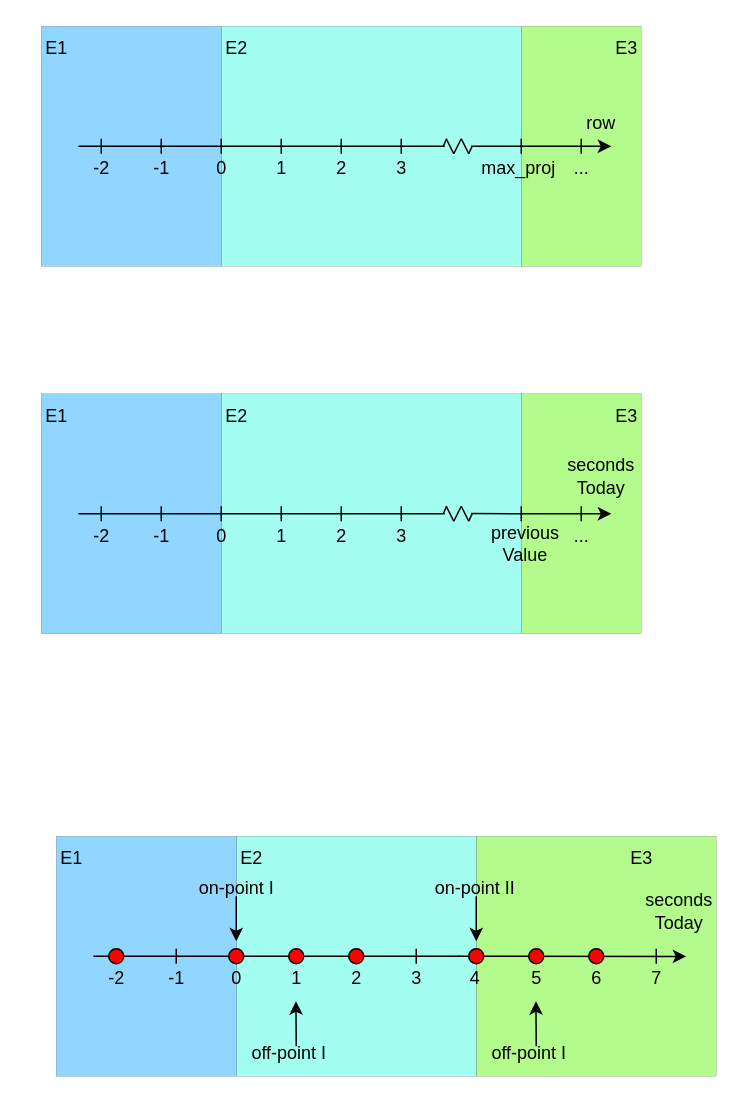
paulinho-16/MEIC-TVVS keeps this draw.io diagram as page "row" (1 of 6) of assignments/diagrams/boundary_value_analysis.drawio. Above is the earlier version. Source tidied: cells renumbered, new cells numbered last; positions are measured from the earlier drawing's top-left corner, leaving out a move shared by most shapes. Both pictures are drawn from the tidied source at 150%, with x=0, y=0 at pixel (26, 26).
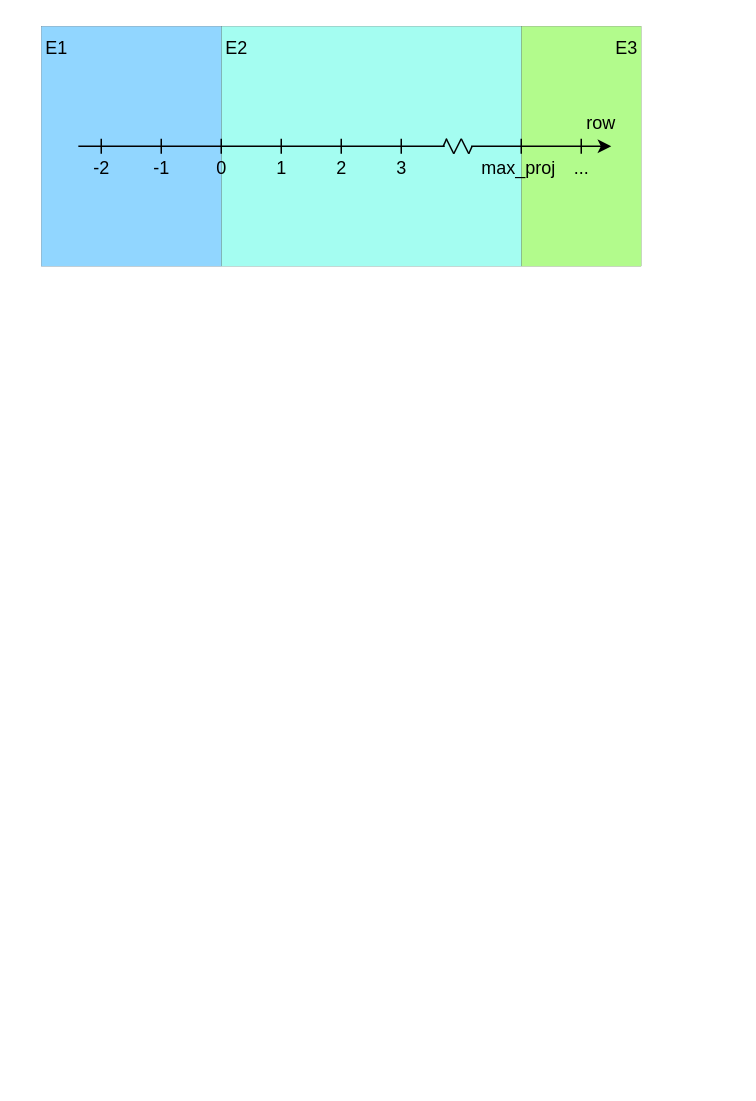
After the change.

Commit message (it also covers changes not shown here):
Updated Boundary Value Analysis diagram

Diff of the diagram source:
```diff
@@
-    <mxCell id="2" style="rounded=0;whiteSpace=wrap;html=1;fillColor=#b2fb8c;strokeWidth=0;" parent="1" vertex="1">
-      <mxGeometry x="330" y="245" width="80" height="160" as="geometry" />
-    </mxCell>
@@
-    <mxCell id="33" style="rounded=0;whiteSpace=wrap;html=1;fillColor=#a4fdf1;strokeWidth=0;" parent="1" vertex="1">
-      <mxGeometry x="130" y="245" width="200" height="160" as="geometry" />
-    </mxCell>
-    <mxCell id="34" style="rounded=0;whiteSpace=wrap;html=1;fillColor=#91d6ff;strokeWidth=0;" parent="1" vertex="1">
-      <mxGeometry x="10" y="245" width="120" height="160" as="geometry" />
-    </mxCell>
-    <mxCell id="35" style="endArrow=classic;startArrow=none;html=1;rounded=0;startFill=0;entryX=-0.133;entryY=0;entryDx=0;entryDy=0;entryPerimeter=0;exitX=0.052;exitY=-0.002;exitDx=0;exitDy=0;exitPerimeter=0;" parent="1" edge="1">
-      <mxGeometry relative="1" as="geometry">
-        <mxPoint x="296.6" y="324.9" as="sourcePoint" />
-        <mxPoint x="390" y="325" as="targetPoint" />
-      </mxGeometry>
-    </mxCell>
-    <mxCell id="36" style="endArrow=none;html=1;rounded=0;" parent="1" edge="1">
-      <mxGeometry relative="1" as="geometry">
-        <mxPoint x="50" y="330" as="sourcePoint" />
-        <mxPoint x="50" y="320" as="targetPoint" />
-      </mxGeometry>
-    </mxCell>
-    <mxCell id="37" style="endArrow=none;html=1;rounded=0;" parent="1" edge="1">
-      <mxGeometry relative="1" as="geometry">
-        <mxPoint x="130" y="330" as="sourcePoint" />
-        <mxPoint x="130" y="320" as="targetPoint" />
-      </mxGeometry>
-    </mxCell>
-    <mxCell id="38" style="endArrow=none;html=1;rounded=0;" parent="1" edge="1">
-      <mxGeometry relative="1" as="geometry">
-        <mxPoint x="90" y="330" as="sourcePoint" />
-        <mxPoint x="90" y="320" as="targetPoint" />
-      </mxGeometry>
-    </mxCell>
-    <mxCell id="39" style="endArrow=none;html=1;rounded=0;" parent="1" edge="1">
-      <mxGeometry relative="1" as="geometry">
-        <mxPoint x="170" y="330" as="sourcePoint" />
-        <mxPoint x="170" y="320" as="targetPoint" />
-      </mxGeometry>
-    </mxCell>
-    <mxCell id="40" style="endArrow=none;html=1;rounded=0;" parent="1" edge="1">
-      <mxGeometry relative="1" as="geometry">
-        <mxPoint x="210" y="330" as="sourcePoint" />
-        <mxPoint x="210" y="320" as="targetPoint" />
-      </mxGeometry>
-    </mxCell>
-    <mxCell id="41" style="endArrow=none;html=1;rounded=0;" parent="1" edge="1">
-      <mxGeometry relative="1" as="geometry">
-        <mxPoint x="250" y="330" as="sourcePoint" />
-        <mxPoint x="250" y="320" as="targetPoint" />
-      </mxGeometry>
-    </mxCell>
-    <mxCell id="42" style="endArrow=none;html=1;rounded=0;" parent="1" edge="1">
-      <mxGeometry relative="1" as="geometry">
-        <mxPoint x="330" y="330" as="sourcePoint" />
-        <mxPoint x="330" y="320" as="targetPoint" />
-      </mxGeometry>
-    </mxCell>
-    <mxCell id="43" style="endArrow=none;html=1;rounded=0;" parent="1" edge="1">
-      <mxGeometry relative="1" as="geometry">
-        <mxPoint x="370" y="330" as="sourcePoint" />
-        <mxPoint x="370" y="320" as="targetPoint" />
-      </mxGeometry>
-    </mxCell>
-    <mxCell id="44" value="-2" style="text;html=1;align=center;verticalAlign=middle;points=[];strokeColor=none;fillColor=none;" parent="1" vertex="1">
-      <mxGeometry x="35" y="325" width="30" height="30" as="geometry" />
-    </mxCell>
-    <mxCell id="45" value="-1" style="text;html=1;align=center;verticalAlign=middle;strokeColor=none;fillColor=none;" parent="1" vertex="1">
-      <mxGeometry x="75" y="325" width="30" height="30" as="geometry" />
-    </mxCell>
-    <mxCell id="46" value="0" style="text;html=1;align=center;verticalAlign=middle;strokeColor=none;fillColor=none;" parent="1" vertex="1">
-      <mxGeometry x="115" y="325" width="30" height="30" as="geometry" />
-    </mxCell>
-    <mxCell id="47" value="1" style="text;html=1;align=center;verticalAlign=middle;strokeColor=none;fillColor=none;" parent="1" vertex="1">
-      <mxGeometry x="155" y="325" width="30" height="30" as="geometry" />
-    </mxCell>
-    <mxCell id="48" value="2" style="text;html=1;align=center;verticalAlign=middle;strokeColor=none;fillColor=none;" parent="1" vertex="1">
-      <mxGeometry x="195" y="325" width="30" height="30" as="geometry" />
-    </mxCell>
-    <mxCell id="49" value="3" style="text;html=1;align=center;verticalAlign=middle;strokeColor=none;fillColor=none;" parent="1" vertex="1">
-      <mxGeometry x="235" y="325" width="30" height="30" as="geometry" />
-    </mxCell>
-    <mxCell id="50" value="E1" style="text;html=1;align=center;verticalAlign=middle;strokeColor=none;fillColor=none;fontSize=12;fontFamily=Helvetica;fontColor=default;" parent="1" vertex="1">
-      <mxGeometry y="245" width="40" height="30" as="geometry" />
-    </mxCell>
-    <mxCell id="51" value="E2" style="text;html=1;align=center;verticalAlign=middle;strokeColor=none;fillColor=none;fontSize=12;fontFamily=Helvetica;fontColor=default;" parent="1" vertex="1">
-      <mxGeometry x="120" y="245" width="40" height="30" as="geometry" />
-    </mxCell>
-    <mxCell id="52" value="E3" style="text;html=1;align=center;verticalAlign=middle;strokeColor=none;fillColor=none;fontSize=12;fontFamily=Helvetica;fontColor=default;" parent="1" vertex="1">
-      <mxGeometry x="380" y="245" width="40" height="30" as="geometry" />
-    </mxCell>
-    <mxCell id="53" value="seconds&lt;br&gt;Today" style="text;html=1;align=center;verticalAlign=middle;strokeColor=none;fillColor=none;fontSize=12;fontFamily=Helvetica;fontColor=default;" parent="1" vertex="1">
-      <mxGeometry x="348" y="280" width="70" height="40" as="geometry" />
-    </mxCell>
-    <mxCell id="54" value="..." style="text;html=1;align=center;verticalAlign=middle;strokeColor=none;fillColor=none;" parent="1" vertex="1">
-      <mxGeometry x="355" y="325" width="30" height="30" as="geometry" />
-    </mxCell>
-    <mxCell id="55" style="endArrow=none;html=1;rounded=0;fontFamily=Helvetica;fontSize=12;fontColor=default;entryX=0.061;entryY=-0.002;entryDx=0;entryDy=0;entryPerimeter=0;" parent="1" edge="1">
-      <mxGeometry relative="1" as="geometry">
-        <mxPoint x="295" y="330" as="sourcePoint" />
-        <mxPoint x="297.3" y="324.9" as="targetPoint" />
-      </mxGeometry>
-    </mxCell>
-    <mxCell id="56" style="endArrow=none;html=1;rounded=0;fontFamily=Helvetica;fontSize=12;fontColor=default;" parent="1" edge="1">
-      <mxGeometry relative="1" as="geometry">
-        <mxPoint x="290" y="320" as="sourcePoint" />
-        <mxPoint x="295" y="330" as="targetPoint" />
-      </mxGeometry>
-    </mxCell>
-    <mxCell id="57" style="endArrow=none;html=1;rounded=0;fontFamily=Helvetica;fontSize=12;fontColor=default;" parent="1" edge="1">
-      <mxGeometry relative="1" as="geometry">
-        <mxPoint x="285" y="330" as="sourcePoint" />
-        <mxPoint x="290" y="320" as="targetPoint" />
-      </mxGeometry>
-    </mxCell>
-    <mxCell id="58" style="endArrow=none;html=1;rounded=0;fontFamily=Helvetica;fontSize=12;fontColor=default;" parent="1" edge="1">
-      <mxGeometry relative="1" as="geometry">
-        <mxPoint x="285" y="330" as="sourcePoint" />
-        <mxPoint x="280" y="320" as="targetPoint" />
-      </mxGeometry>
-    </mxCell>
-    <mxCell id="59" style="endArrow=none;html=1;rounded=0;fontFamily=Helvetica;fontSize=12;fontColor=default;entryX=0.061;entryY=-0.002;entryDx=0;entryDy=0;entryPerimeter=0;" parent="1" edge="1">
-      <mxGeometry relative="1" as="geometry">
-        <mxPoint x="278" y="325" as="sourcePoint" />
-        <mxPoint x="280.3" y="319.9" as="targetPoint" />
-      </mxGeometry>
-    </mxCell>
-    <mxCell id="60" style="endArrow=none;html=1;rounded=0;fontFamily=Helvetica;fontSize=12;fontColor=default;entryX=-0.009;entryY=-0.002;entryDx=0;entryDy=0;entryPerimeter=0;" parent="1" edge="1" target="44">
-      <mxGeometry relative="1" as="geometry">
-        <mxPoint x="279" y="325" as="sourcePoint" />
-      </mxGeometry>
-    </mxCell>
-    <mxCell id="61" value="previous&lt;br&gt;Value" style="text;html=1;strokeColor=none;fillColor=none;align=center;verticalAlign=middle;whiteSpace=wrap;rounded=0;" parent="1" vertex="1">
-      <mxGeometry x="303" y="330" width="60" height="30" as="geometry" />
-    </mxCell>
-    <mxCell id="62" style="rounded=0;whiteSpace=wrap;html=1;fillColor=#b2fb8c;strokeWidth=0;" parent="1" vertex="1">
-      <mxGeometry x="300" y="540" width="160" height="160" as="geometry" />
-    </mxCell>
-    <mxCell id="63" style="rounded=0;whiteSpace=wrap;html=1;fillColor=#a4fdf1;strokeWidth=0;" parent="1" vertex="1">
-      <mxGeometry x="140" y="540" width="160" height="160" as="geometry" />
-    </mxCell>
-    <mxCell id="64" style="rounded=0;whiteSpace=wrap;html=1;fillColor=#91d6ff;strokeWidth=0;" parent="1" vertex="1">
-      <mxGeometry x="20" y="540" width="120" height="160" as="geometry" />
-    </mxCell>
-    <mxCell id="65" style="endArrow=classic;startArrow=none;html=1;rounded=0;startFill=0;entryX=-0.133;entryY=0;entryDx=0;entryDy=0;entryPerimeter=0;exitX=0.052;exitY=-0.002;exitDx=0;exitDy=0;exitPerimeter=0;" parent="1" edge="1">
-      <mxGeometry relative="1" as="geometry">
-        <mxPoint x="288" y="620" as="sourcePoint" />
-        <mxPoint x="440" y="620.1" as="targetPoint" />
-      </mxGeometry>
-    </mxCell>
-    <mxCell id="66" style="endArrow=none;html=1;rounded=0;startArrow=none;" parent="1" edge="1" source="112">
-      <mxGeometry relative="1" as="geometry">
-        <mxPoint x="60" y="615" as="targetPoint" />
-      </mxGeometry>
-    </mxCell>
-    <mxCell id="67" style="endArrow=none;html=1;rounded=0;" parent="1" edge="1">
-      <mxGeometry relative="1" as="geometry">
-        <mxPoint x="140" y="625" as="sourcePoint" />
-        <mxPoint x="140" y="615" as="targetPoint" />
-      </mxGeometry>
-    </mxCell>
-    <mxCell id="68" style="endArrow=none;html=1;rounded=0;" parent="1" edge="1">
-      <mxGeometry relative="1" as="geometry">
-        <mxPoint x="100" y="625" as="sourcePoint" />
-        <mxPoint x="100" y="615" as="targetPoint" />
-      </mxGeometry>
-    </mxCell>
-    <mxCell id="69" style="endArrow=none;html=1;rounded=0;startArrow=none;" parent="1" edge="1" source="103">
-      <mxGeometry relative="1" as="geometry">
-        <mxPoint x="180" y="615" as="targetPoint" />
-      </mxGeometry>
-    </mxCell>
-    <mxCell id="70" style="endArrow=none;html=1;rounded=0;" parent="1" edge="1">
-      <mxGeometry relative="1" as="geometry">
-        <mxPoint x="220" y="625" as="sourcePoint" />
-        <mxPoint x="220" y="615" as="targetPoint" />
-      </mxGeometry>
-    </mxCell>
-    <mxCell id="71" style="endArrow=none;html=1;rounded=0;" parent="1" edge="1">
-      <mxGeometry relative="1" as="geometry">
-        <mxPoint x="260" y="625" as="sourcePoint" />
-        <mxPoint x="260" y="615" as="targetPoint" />
-      </mxGeometry>
-    </mxCell>
-    <mxCell id="72" style="endArrow=none;html=1;rounded=0;" parent="1" edge="1">
-      <mxGeometry relative="1" as="geometry">
-        <mxPoint x="340" y="625" as="sourcePoint" />
-        <mxPoint x="340" y="615" as="targetPoint" />
-      </mxGeometry>
-    </mxCell>
-    <mxCell id="73" value="-2" style="text;html=1;align=center;verticalAlign=middle;points=[];strokeColor=none;fillColor=none;" parent="1" vertex="1">
-      <mxGeometry x="45" y="620" width="30" height="30" as="geometry" />
-    </mxCell>
-    <mxCell id="74" value="-1" style="text;html=1;align=center;verticalAlign=middle;strokeColor=none;fillColor=none;" parent="1" vertex="1">
-      <mxGeometry x="85" y="620" width="30" height="30" as="geometry" />
-    </mxCell>
-    <mxCell id="75" value="0" style="text;html=1;align=center;verticalAlign=middle;strokeColor=none;fillColor=none;" parent="1" vertex="1">
-      <mxGeometry x="125" y="620" width="30" height="30" as="geometry" />
-    </mxCell>
-    <mxCell id="76" value="1" style="text;html=1;align=center;verticalAlign=middle;strokeColor=none;fillColor=none;" parent="1" vertex="1">
-      <mxGeometry x="165" y="620" width="30" height="30" as="geometry" />
-    </mxCell>
-    <mxCell id="77" value="2" style="text;html=1;align=center;verticalAlign=middle;strokeColor=none;fillColor=none;" parent="1" vertex="1">
-      <mxGeometry x="205" y="620" width="30" height="30" as="geometry" />
-    </mxCell>
-    <mxCell id="78" value="3" style="text;html=1;align=center;verticalAlign=middle;strokeColor=none;fillColor=none;" parent="1" vertex="1">
-      <mxGeometry x="245" y="620" width="30" height="30" as="geometry" />
-    </mxCell>
-    <mxCell id="79" value="E1" style="text;html=1;align=center;verticalAlign=middle;strokeColor=none;fillColor=none;fontSize=12;fontFamily=Helvetica;fontColor=default;" parent="1" vertex="1">
-      <mxGeometry x="10" y="540" width="40" height="30" as="geometry" />
-    </mxCell>
-    <mxCell id="80" value="E2" style="text;html=1;align=center;verticalAlign=middle;strokeColor=none;fillColor=none;fontSize=12;fontFamily=Helvetica;fontColor=default;" parent="1" vertex="1">
-      <mxGeometry x="130" y="540" width="40" height="30" as="geometry" />
-    </mxCell>
-    <mxCell id="81" value="E3" style="text;html=1;align=center;verticalAlign=middle;strokeColor=none;fillColor=none;fontSize=12;fontFamily=Helvetica;fontColor=default;" parent="1" vertex="1">
-      <mxGeometry x="390" y="540" width="40" height="30" as="geometry" />
-    </mxCell>
-    <mxCell id="82" value="seconds&lt;br&gt;Today" style="text;html=1;align=center;verticalAlign=middle;strokeColor=none;fillColor=none;fontSize=12;fontFamily=Helvetica;fontColor=default;" parent="1" vertex="1">
-      <mxGeometry x="400" y="570" width="70" height="40" as="geometry" />
-    </mxCell>
-    <mxCell id="83" style="endArrow=none;html=1;rounded=0;fontFamily=Helvetica;fontSize=12;fontColor=default;entryX=-0.009;entryY=-0.002;entryDx=0;entryDy=0;entryPerimeter=0;startArrow=none;" parent="1" edge="1" source="112" target="73">
-      <mxGeometry relative="1" as="geometry" />
-    </mxCell>
-    <mxCell id="84" style="endArrow=none;html=1;rounded=0;startArrow=none;" parent="1" edge="1" source="101">
-      <mxGeometry relative="1" as="geometry">
-        <mxPoint x="300" y="615" as="targetPoint" />
-      </mxGeometry>
-    </mxCell>
-    <mxCell id="85" value="4" style="text;html=1;align=center;verticalAlign=middle;strokeColor=none;fillColor=none;" parent="1" vertex="1">
-      <mxGeometry x="284" y="620" width="30" height="30" as="geometry" />
-    </mxCell>
-    <mxCell id="86" value="5" style="text;html=1;align=center;verticalAlign=middle;strokeColor=none;fillColor=none;" parent="1" vertex="1">
-      <mxGeometry x="325" y="620" width="30" height="30" as="geometry" />
-    </mxCell>
-    <mxCell id="87" value="6" style="text;html=1;align=center;verticalAlign=middle;strokeColor=none;fillColor=none;" parent="1" vertex="1">
-      <mxGeometry x="365" y="620" width="30" height="30" as="geometry" />
-    </mxCell>
-    <mxCell id="88" style="endArrow=none;html=1;rounded=0;startArrow=none;" parent="1" edge="1" source="93">
-      <mxGeometry relative="1" as="geometry">
-        <mxPoint x="380" y="615" as="targetPoint" />
-      </mxGeometry>
-    </mxCell>
-    <mxCell id="89" style="endArrow=none;html=1;rounded=0;" parent="1" edge="1">
-      <mxGeometry relative="1" as="geometry">
-        <mxPoint x="420" y="625" as="sourcePoint" />
-        <mxPoint x="420" y="615" as="targetPoint" />
-      </mxGeometry>
-    </mxCell>
-    <mxCell id="90" value="7" style="text;html=1;align=center;verticalAlign=middle;strokeColor=none;fillColor=none;" parent="1" vertex="1">
-      <mxGeometry x="405" y="620" width="30" height="30" as="geometry" />
-    </mxCell>
-    <mxCell id="91" style="endArrow=none;html=1;rounded=0;fontFamily=Helvetica;fontSize=12;fontColor=default;startArrow=none;" parent="1" edge="1" source="99" target="112">
-      <mxGeometry relative="1" as="geometry" />
-    </mxCell>
-    <mxCell id="92" style="endArrow=none;html=1;rounded=0;fontFamily=Helvetica;fontSize=12;fontColor=default;startArrow=none;" parent="1" edge="1" source="110" target="103">
-      <mxGeometry relative="1" as="geometry" />
-    </mxCell>
-    <mxCell id="93" style="ellipse;whiteSpace=wrap;html=1;fillColor=#FF0000;" parent="1" vertex="1">
-      <mxGeometry x="375" y="615" width="10" height="10" as="geometry" />
-    </mxCell>
-    <mxCell id="94" style="endArrow=none;html=1;rounded=0;" parent="1" edge="1" target="93">
-      <mxGeometry relative="1" as="geometry">
-        <mxPoint x="380" y="625" as="sourcePoint" />
-      </mxGeometry>
-    </mxCell>
-    <mxCell id="95" value="on-point I" style="text;html=1;align=center;verticalAlign=middle;strokeColor=none;fillColor=none;fontSize=12;fontFamily=Helvetica;fontColor=default;" parent="1" vertex="1">
-      <mxGeometry x="105" y="560" width="70" height="30" as="geometry" />
-    </mxCell>
-    <mxCell id="96" value="on-point II" style="text;html=1;align=center;verticalAlign=middle;strokeColor=none;fillColor=none;fontSize=12;fontFamily=Helvetica;fontColor=default;" parent="1" vertex="1">
-      <mxGeometry x="259" y="560" width="80" height="30" as="geometry" />
-    </mxCell>
-    <mxCell id="97" style="endArrow=classic;html=1;rounded=0;" parent="1" edge="1">
-      <mxGeometry relative="1" as="geometry">
-        <mxPoint x="140" y="580" as="sourcePoint" />
-        <mxPoint x="140" y="610" as="targetPoint" />
-      </mxGeometry>
-    </mxCell>
-    <mxCell id="98" style="endArrow=classic;html=1;rounded=0;" parent="1" edge="1">
-      <mxGeometry relative="1" as="geometry">
-        <mxPoint x="300" y="580" as="sourcePoint" />
-        <mxPoint x="300" y="610" as="targetPoint" />
-      </mxGeometry>
-    </mxCell>
-    <mxCell id="99" style="ellipse;whiteSpace=wrap;html=1;fillColor=#FF0000;" parent="1" vertex="1">
-      <mxGeometry x="135" y="615" width="10" height="10" as="geometry" />
-    </mxCell>
-    <mxCell id="100" style="endArrow=none;html=1;rounded=0;fontFamily=Helvetica;fontSize=12;fontColor=default;startArrow=none;" parent="1" edge="1" source="103" target="99">
-      <mxGeometry relative="1" as="geometry" />
-    </mxCell>
-    <mxCell id="101" style="ellipse;whiteSpace=wrap;html=1;fillColor=#FF0000;" parent="1" vertex="1">
-      <mxGeometry x="295" y="615" width="10" height="10" as="geometry" />
-    </mxCell>
-    <mxCell id="102" style="endArrow=none;html=1;rounded=0;" parent="1" edge="1" target="101">
-      <mxGeometry relative="1" as="geometry">
-        <mxPoint x="300" y="625" as="sourcePoint" />
-      </mxGeometry>
-    </mxCell>
-    <mxCell id="103" style="ellipse;whiteSpace=wrap;html=1;fillColor=#FF0000;" parent="1" vertex="1">
-      <mxGeometry x="175" y="615" width="10" height="10" as="geometry" />
-    </mxCell>
-    <mxCell id="104" style="endArrow=none;html=1;rounded=0;" parent="1" edge="1" target="103">
-      <mxGeometry relative="1" as="geometry">
-        <mxPoint x="180" y="625" as="sourcePoint" />
-      </mxGeometry>
-    </mxCell>
-    <mxCell id="105" style="endArrow=classic;html=1;rounded=0;" parent="1" edge="1">
-      <mxGeometry relative="1" as="geometry">
-        <mxPoint x="180" y="680" as="sourcePoint" />
-        <mxPoint x="179.8" y="650" as="targetPoint" />
-      </mxGeometry>
-    </mxCell>
-    <mxCell id="106" style="endArrow=classic;html=1;rounded=0;" parent="1" edge="1">
-      <mxGeometry relative="1" as="geometry">
-        <mxPoint x="340" y="680" as="sourcePoint" />
-        <mxPoint x="339.8" y="650" as="targetPoint" />
-      </mxGeometry>
-    </mxCell>
-    <mxCell id="107" style="ellipse;whiteSpace=wrap;html=1;fillColor=#FF0000;" parent="1" vertex="1">
-      <mxGeometry x="335" y="615" width="10" height="10" as="geometry" />
-    </mxCell>
-    <mxCell id="108" value="off-point I" style="text;html=1;align=center;verticalAlign=middle;strokeColor=none;fillColor=none;fontSize=12;fontFamily=Helvetica;fontColor=default;" parent="1" vertex="1">
-      <mxGeometry x="140" y="670" width="70" height="30" as="geometry" />
-    </mxCell>
-    <mxCell id="109" value="off-point I" style="text;html=1;align=center;verticalAlign=middle;strokeColor=none;fillColor=none;fontSize=12;fontFamily=Helvetica;fontColor=default;" parent="1" vertex="1">
-      <mxGeometry x="300" y="670" width="70" height="30" as="geometry" />
-    </mxCell>
-    <mxCell id="110" style="ellipse;whiteSpace=wrap;html=1;fillColor=#FF0000;" parent="1" vertex="1">
-      <mxGeometry x="215" y="615" width="10" height="10" as="geometry" />
-    </mxCell>
-    <mxCell id="111" style="endArrow=none;html=1;rounded=0;fontFamily=Helvetica;fontSize=12;fontColor=default;" parent="1" edge="1" target="110">
-      <mxGeometry relative="1" as="geometry">
-        <mxPoint x="289" y="620" as="sourcePoint" />
-      </mxGeometry>
-    </mxCell>
-    <mxCell id="112" style="ellipse;whiteSpace=wrap;html=1;fillColor=#FF0000;" parent="1" vertex="1">
-      <mxGeometry x="55" y="615" width="10" height="10" as="geometry" />
-    </mxCell>
-    <mxCell id="113" style="endArrow=none;html=1;rounded=0;" parent="1" edge="1" target="112">
-      <mxGeometry relative="1" as="geometry">
-        <mxPoint x="60" y="625" as="sourcePoint" />
-      </mxGeometry>
-    </mxCell>
```
